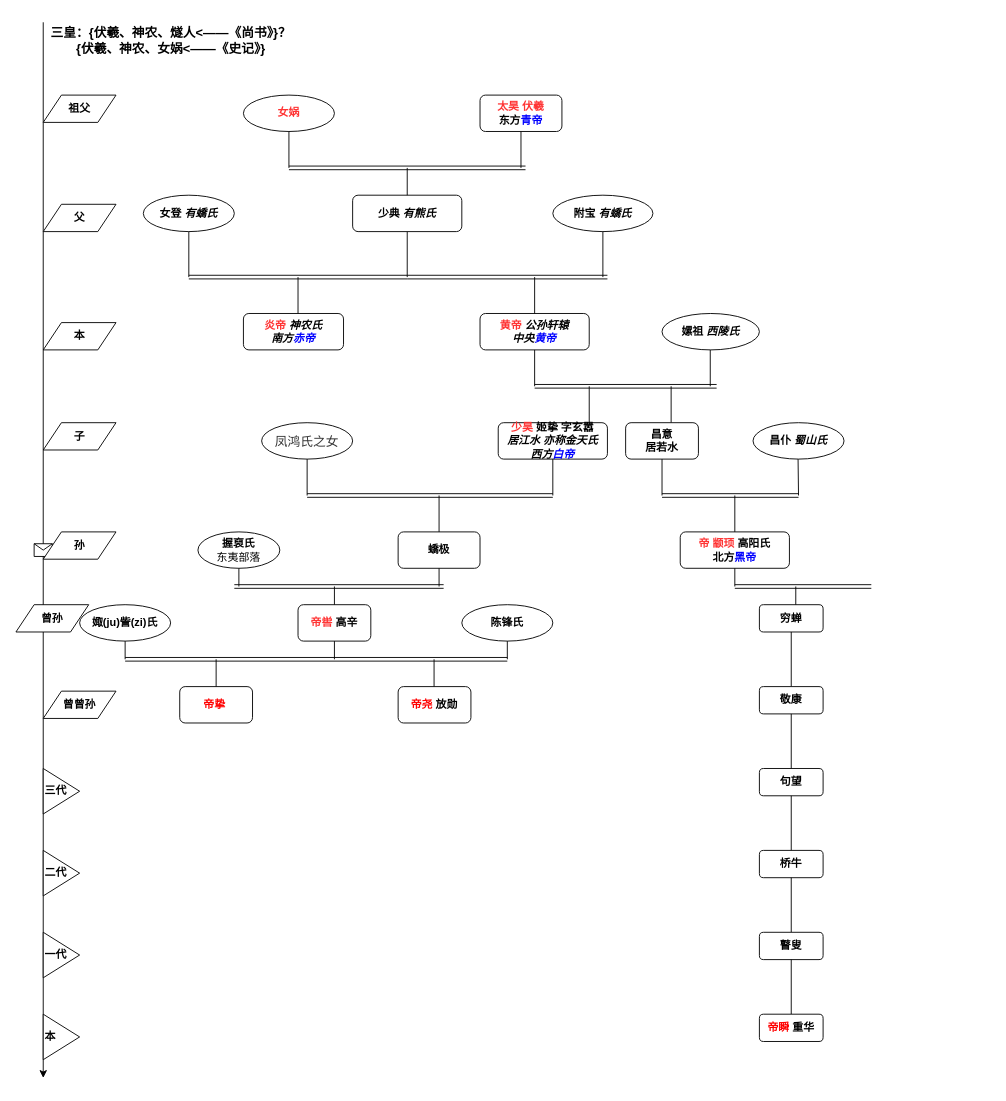
This is imgForHistory/五帝族谱.drawio from Jinzewang/PictureForBlog, a draw.io file, before an edit. Source tidied: cells renumbered, new cells numbered last; positions are measured from the earlier drawing's top-left corner, leaving out a move shared by most shapes. Both pictures are drawn from the tidied source at 91%, with x=0, y=0 at pixel (15, 22).
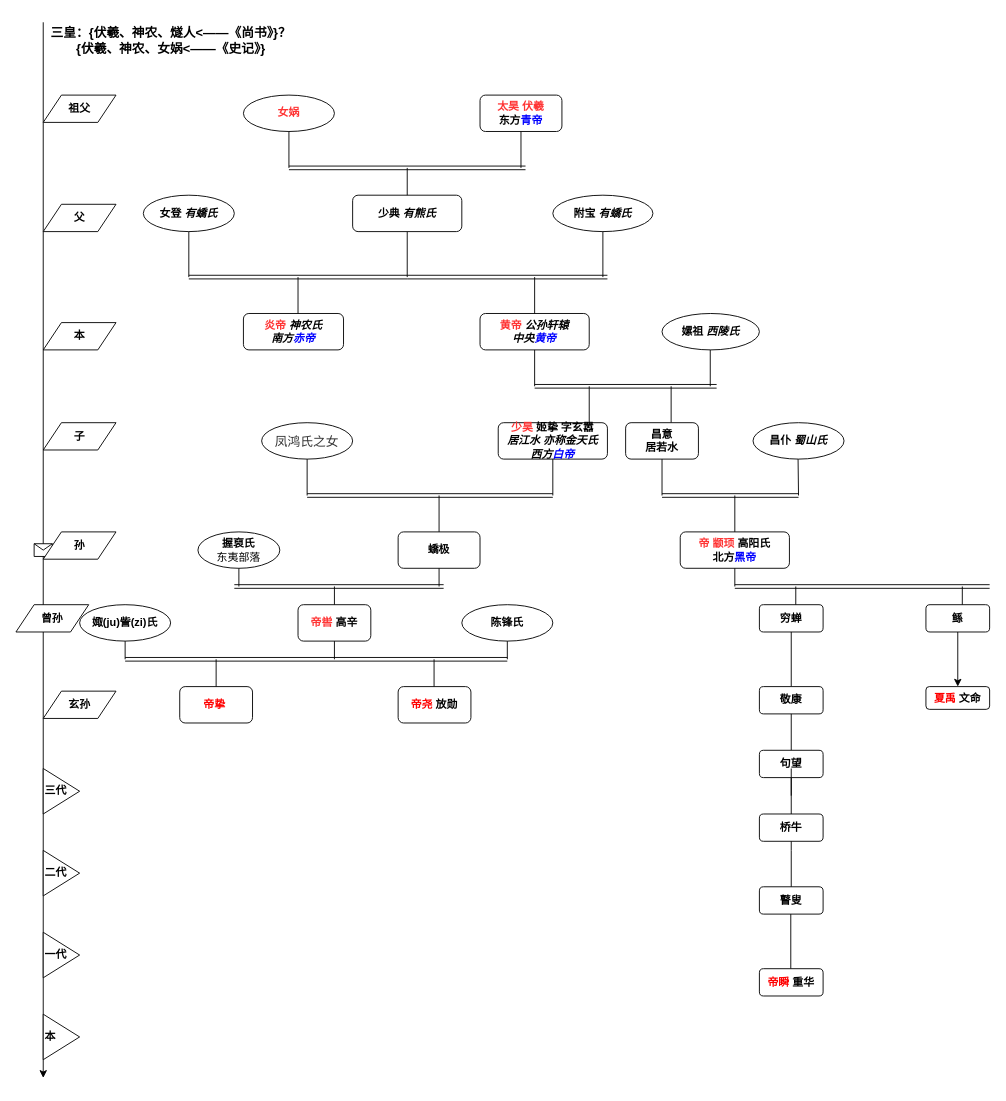
After the change.

Commit message:
更新五帝族谱.drawio

Change to the diagram source:
```diff
@@
-    <mxCell id="55" value="&lt;font color=&quot;#000000&quot;&gt;&lt;b&gt;曾曾孙&lt;/b&gt;&lt;/font&gt;" style="shape=parallelogram;perimeter=parallelogramPerimeter;whiteSpace=wrap;html=1;fixedSize=1;fontColor=#FF3333;" parent="1" vertex="1">
+    <mxCell id="55" value="&lt;font color=&quot;#000000&quot;&gt;&lt;b&gt;玄孙&lt;/b&gt;&lt;/font&gt;" style="shape=parallelogram;perimeter=parallelogramPerimeter;whiteSpace=wrap;html=1;fixedSize=1;fontColor=#FF3333;" parent="1" vertex="1">
       <mxGeometry x="30" y="735" width="80" height="30" as="geometry" />
     </mxCell>
@@
     <mxCell id="67" style="shape=link;html=1;rounded=0;" parent="1" edge="1">
       <mxGeometry relative="1" as="geometry">
         <mxPoint x="790" y="620" as="sourcePoint" />
-        <mxPoint x="940" y="620" as="targetPoint" />
+        <mxPoint x="1070" y="620" as="targetPoint" />
       </mxGeometry>
     </mxCell>
@@
-    <mxCell id="72" style="endArrow=none;html=1;rounded=0;entryX=0.5;entryY=1;entryDx=0;entryDy=0;" parent="1" edge="1">
+    <mxCell id="72" style="endArrow=none;html=1;rounded=0;entryX=0.5;entryY=1;entryDx=0;entryDy=0;startArrow=none;" parent="1" edge="1" source="73">
       <mxGeometry relative="1" as="geometry">
-        <mxPoint x="852" y="820" as="sourcePoint" />
         <mxPoint x="852" y="760" as="targetPoint" />
       </mxGeometry>
     </mxCell>
-    <mxCell id="73" value="&lt;b&gt;句望&lt;br&gt;&lt;/b&gt;" style="rounded=1;whiteSpace=wrap;html=1;fontColor=#000000;" parent="1" vertex="1">
-      <mxGeometry x="817" y="820" width="70" height="30" as="geometry" />
-    </mxCell>
-    <mxCell id="74" style="endArrow=none;html=1;rounded=0;entryX=0.5;entryY=1;entryDx=0;entryDy=0;" parent="1" edge="1">
+    <mxCell id="74" style="endArrow=none;html=1;rounded=0;entryX=0.5;entryY=1;entryDx=0;entryDy=0;startArrow=none;" parent="1" edge="1" source="75">
       <mxGeometry relative="1" as="geometry">
-        <mxPoint x="852" y="910" as="sourcePoint" />
         <mxPoint x="852" y="850" as="targetPoint" />
+        <Array as="points">
+          <mxPoint x="852" y="850" />
+          <mxPoint x="852" y="830" />
+        </Array>
       </mxGeometry>
     </mxCell>
-    <mxCell id="75" value="&lt;b&gt;桥牛&lt;/b&gt;" style="rounded=1;whiteSpace=wrap;html=1;fontColor=#000000;" parent="1" vertex="1">
-      <mxGeometry x="817" y="910" width="70" height="30" as="geometry" />
-    </mxCell>
     <mxCell id="76" style="endArrow=none;html=1;rounded=0;entryX=0.5;entryY=1;entryDx=0;entryDy=0;" parent="1" edge="1">
       <mxGeometry relative="1" as="geometry">
-        <mxPoint x="852" y="1000" as="sourcePoint" />
-        <mxPoint x="852" y="940" as="targetPoint" />
+        <mxPoint x="852" y="970" as="sourcePoint" />
+        <mxPoint x="852" y="910" as="targetPoint" />
       </mxGeometry>
     </mxCell>
     <mxCell id="77" value="&lt;b&gt;瞽叟&lt;/b&gt;" style="rounded=1;whiteSpace=wrap;html=1;fontColor=#000000;" parent="1" vertex="1">
-      <mxGeometry x="817" y="1000" width="70" height="30" as="geometry" />
+      <mxGeometry x="817" y="950" width="70" height="30" as="geometry" />
     </mxCell>
     <mxCell id="78" style="endArrow=none;html=1;rounded=0;entryX=0.5;entryY=1;entryDx=0;entryDy=0;" parent="1" edge="1">
       <mxGeometry relative="1" as="geometry">
-        <mxPoint x="852" y="1090" as="sourcePoint" />
-        <mxPoint x="852" y="1030" as="targetPoint" />
+        <mxPoint x="851.5" y="1040" as="sourcePoint" />
+        <mxPoint x="851.5" y="980" as="targetPoint" />
       </mxGeometry>
     </mxCell>
     <mxCell id="79" value="&lt;b&gt;&lt;font color=&quot;#ff0000&quot;&gt;帝瞬&lt;/font&gt; 重华&lt;/b&gt;" style="rounded=1;whiteSpace=wrap;html=1;fontColor=#000000;" parent="1" vertex="1">
-      <mxGeometry x="817" y="1090" width="70" height="30" as="geometry" />
+      <mxGeometry x="817" y="1040" width="70" height="30" as="geometry" />
     </mxCell>
@@
+    <mxCell id="84" style="edgeStyle=orthogonalEdgeStyle;rounded=0;jettySize=auto;html=1;" parent="1" edge="1" source="85" target="87">
+      <mxGeometry relative="1" as="geometry" />
+    </mxCell>
+    <mxCell id="85" value="&lt;b&gt;鲧&lt;br&gt;&lt;/b&gt;" style="rounded=1;whiteSpace=wrap;html=1;fontColor=#000000;" parent="1" vertex="1">
+      <mxGeometry x="1000" y="640" width="70" height="30" as="geometry" />
+    </mxCell>
+    <mxCell id="86" style="endArrow=none;html=1;rounded=0;exitX=0.571;exitY=0;exitDx=0;exitDy=0;exitPerimeter=0;" parent="1" edge="1" source="85">
+      <mxGeometry relative="1" as="geometry">
+        <mxPoint x="1040" y="620" as="targetPoint" />
+      </mxGeometry>
+    </mxCell>
+    <mxCell id="87" value="&lt;b&gt;&lt;font color=&quot;#ff0000&quot;&gt;夏禹&amp;nbsp;&lt;/font&gt;&lt;/b&gt;&lt;b&gt;文命&lt;/b&gt;" style="whiteSpace=wrap;html=1;rounded=1;fontColor=#000000;" parent="1" vertex="1">
+      <mxGeometry x="1000" y="730" width="70" height="25" as="geometry" />
+    </mxCell>
+    <mxCell id="73" value="&lt;b&gt;句望&lt;br&gt;&lt;/b&gt;" style="rounded=1;whiteSpace=wrap;html=1;fontColor=#000000;" parent="1" vertex="1">
+      <mxGeometry x="817" y="800" width="70" height="30" as="geometry" />
+    </mxCell>
+    <mxCell id="88" style="endArrow=none;html=1;rounded=0;entryX=0.5;entryY=1;entryDx=0;entryDy=0;" parent="1" edge="1" target="73">
+      <mxGeometry relative="1" as="geometry">
+        <mxPoint x="852" y="820" as="sourcePoint" />
+      </mxGeometry>
+    </mxCell>
+    <mxCell id="75" value="&lt;b&gt;桥牛&lt;/b&gt;" style="rounded=1;whiteSpace=wrap;html=1;fontColor=#000000;" parent="1" vertex="1">
+      <mxGeometry x="817" y="870" width="70" height="30" as="geometry" />
+    </mxCell>
+    <mxCell id="89" style="endArrow=none;html=1;rounded=0;entryX=0.5;entryY=1;entryDx=0;entryDy=0;" parent="1" edge="1" target="75">
+      <mxGeometry relative="1" as="geometry">
+        <mxPoint x="852" y="910" as="sourcePoint" />
+      </mxGeometry>
+    </mxCell>
```
